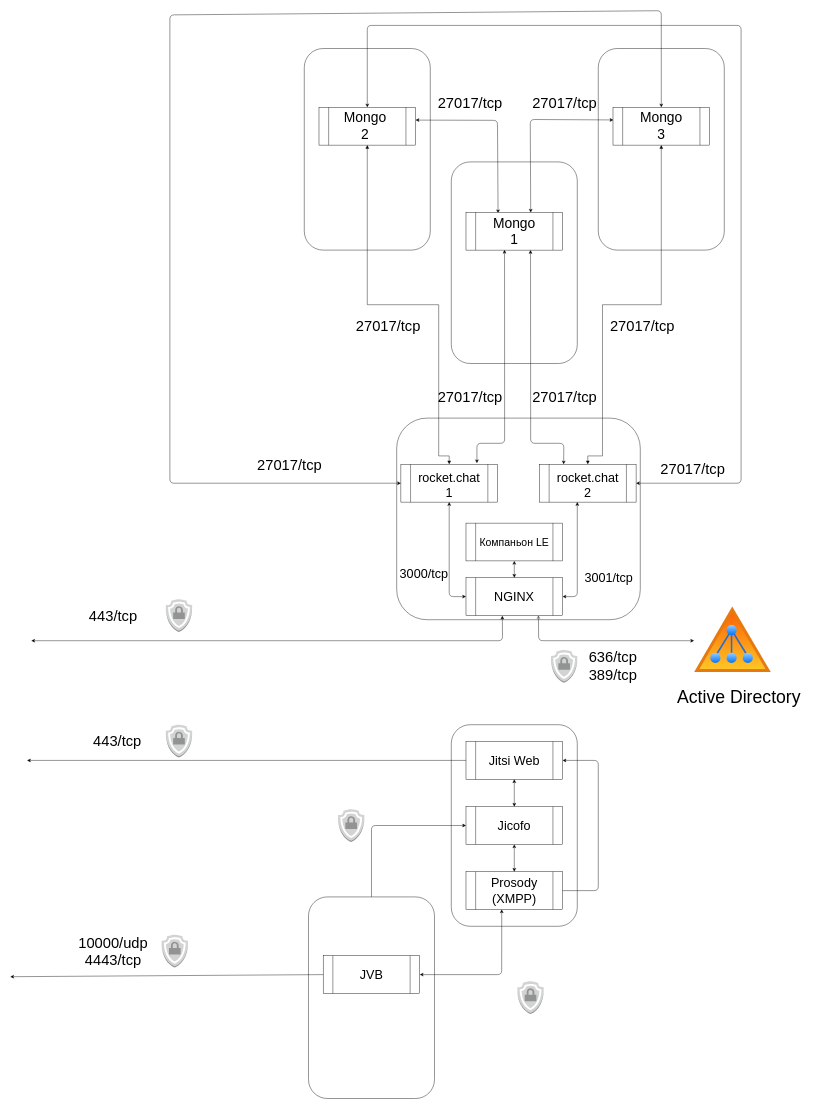
This is Untitled Diagram.drawio from goldcvt/jumbo-autodeploy, a draw.io file, before an edit. Source tidied: cells renumbered, new cells numbered last; positions are measured from the earlier drawing's top-left corner, leaving out a move shared by most shapes. Both pictures are drawn from the tidied source at 42%, with x=0, y=0 at pixel (10, 10).
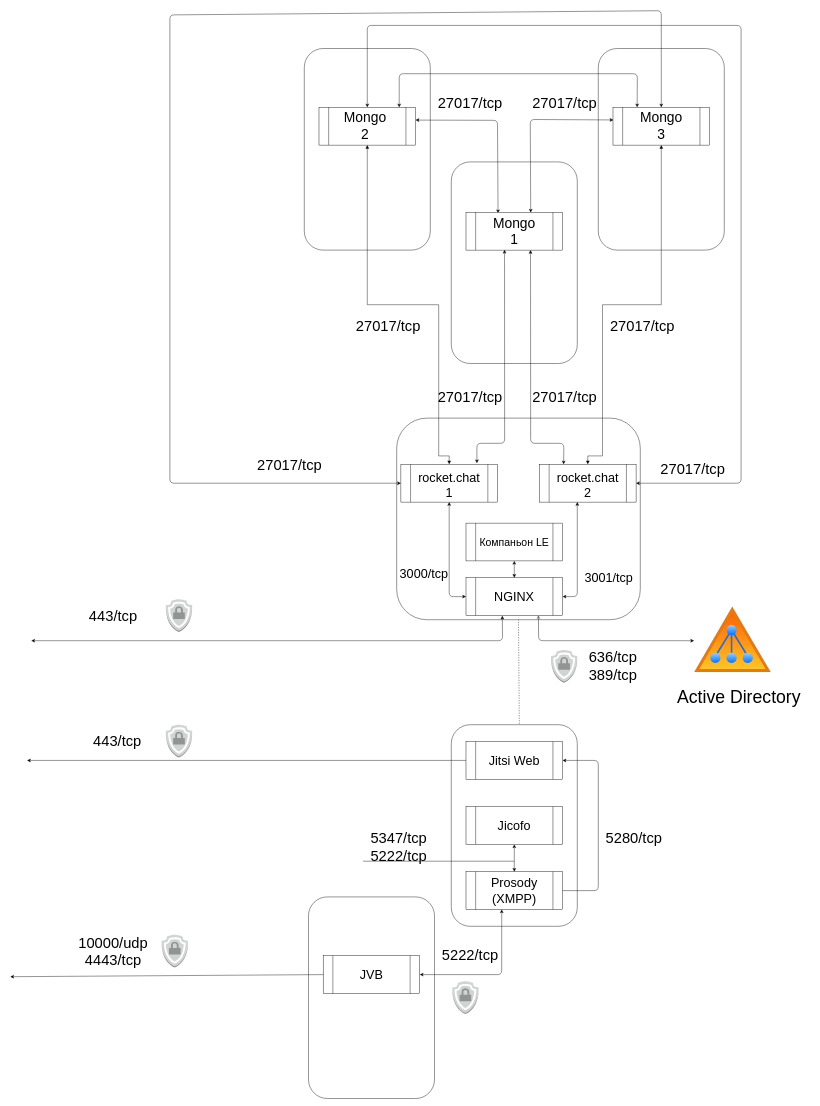
After the change.

The change refers to these unchanged cells:
```xml
<mxCell id="5" style="rounded=1;whiteSpace=wrap;html=1;" parent="1" vertex="1">
  <mxGeometry x="920" y="970" width="580" height="480" as="geometry" />
</mxCell>
<mxCell id="9" style="shape=process;whiteSpace=wrap;html=1;backgroundOutline=1;" parent="1" vertex="1">
  <mxGeometry x="1435" y="230" width="230" height="90" as="geometry" />
</mxCell>
<mxCell id="16" style="rounded=1;whiteSpace=wrap;html=1;" parent="1" vertex="1">
  <mxGeometry x="1050" y="1700" width="300" height="480" as="geometry" />
</mxCell>
<mxCell id="17" style="shape=process;whiteSpace=wrap;html=1;backgroundOutline=1;" parent="1" vertex="1">
  <mxGeometry x="1085" y="1740" width="230" height="90" as="geometry" />
</mxCell>
<mxCell id="18" style="shape=process;whiteSpace=wrap;html=1;backgroundOutline=1;" parent="1" vertex="1">
  <mxGeometry x="1085" y="1895" width="230" height="90" as="geometry" />
</mxCell>
<mxCell id="26" style="rounded=1;whiteSpace=wrap;html=1;" parent="1" vertex="1">
  <mxGeometry x="710" y="2110" width="300" height="480" as="geometry" />
</mxCell>
```

Change to the diagram source:
```diff
@@
-    <mxCell id="35" style="endArrow=classic;html=1;exitX=0.5;exitY=0;exitDx=0;exitDy=0;entryX=0;entryY=0.5;entryDx=0;entryDy=0;" parent="1" edge="1" source="26" target="18">
-      <mxGeometry relative="1" as="geometry">
-        <Array as="points">
-          <mxPoint x="860" y="1940" />
-        </Array>
-      </mxGeometry>
-    </mxCell>
-    <mxCell id="36" style="endArrow=classic;startArrow=classic;html=1;entryX=0.5;entryY=1;entryDx=0;entryDy=0;exitX=0.5;exitY=0;exitDx=0;exitDy=0;" parent="1" edge="1" source="18" target="17">
-      <mxGeometry relative="1" as="geometry" />
-    </mxCell>
@@
-    <mxCell id="39" style="dashed=0;verticalLabelPosition=bottom;verticalAlign=top;align=center;html=1;shape=mxgraph.aws3.ssl_padlock;fillColor=#D2D3D3;gradientColor=none;" parent="1" vertex="1">
-      <mxGeometry x="780" y="1901" width="63" height="78" as="geometry" />
-    </mxCell>
@@
     <mxCell id="51" style="dashed=0;verticalLabelPosition=bottom;verticalAlign=top;align=center;html=1;shape=mxgraph.aws3.ssl_padlock;fillColor=#D2D3D3;gradientColor=none;" parent="1" vertex="1">
-      <mxGeometry x="1207" y="2311" width="63" height="78" as="geometry" />
+      <mxGeometry x="1052" y="2311" width="63" height="78" as="geometry" />
     </mxCell>
@@
+    <mxCell id="73" style="endArrow=classic;startArrow=classic;html=1;entryX=0.25;entryY=0;entryDx=0;entryDy=0;" parent="1" edge="1" target="9">
+      <mxGeometry relative="1" as="geometry">
+        <mxPoint x="926" y="230" as="sourcePoint" />
+        <Array as="points">
+          <mxPoint x="926" y="150" />
+          <mxPoint x="1493" y="150" />
+        </Array>
+      </mxGeometry>
+    </mxCell>
+    <mxCell id="74" style="endArrow=none;dashed=1;html=1;entryX=0.5;entryY=1;entryDx=0;entryDy=0;exitX=0.54;exitY=-0.004;exitDx=0;exitDy=0;exitPerimeter=0;" parent="1" edge="1" source="16" target="5">
+      <mxGeometry relative="1" as="geometry" />
+    </mxCell>
+    <mxCell id="75" value="&lt;font style=&quot;font-size: 35px&quot;&gt;5347/tcp&lt;br&gt;5222/tcp&lt;br&gt;&lt;/font&gt;" style="text;html=1;strokeColor=none;fillColor=none;align=center;verticalAlign=middle;whiteSpace=wrap;rounded=0;" parent="1" vertex="1">
+      <mxGeometry x="860" y="1960" width="130" height="60" as="geometry" />
+    </mxCell>
+    <mxCell id="76" style="endArrow=none;html=1;" parent="1" edge="1">
+      <mxGeometry relative="1" as="geometry">
+        <mxPoint x="840" y="2025" as="sourcePoint" />
+        <mxPoint x="1200" y="2025" as="targetPoint" />
+      </mxGeometry>
+    </mxCell>
+    <mxCell id="77" value="&lt;font style=&quot;font-size: 35px&quot;&gt;5222/tcp&lt;br&gt;&lt;/font&gt;" style="text;html=1;strokeColor=none;fillColor=none;align=center;verticalAlign=middle;whiteSpace=wrap;rounded=0;" parent="1" vertex="1">
+      <mxGeometry x="1030" y="2218" width="130" height="60" as="geometry" />
+    </mxCell>
+    <mxCell id="78" value="&lt;font style=&quot;font-size: 35px&quot;&gt;5280/tcp&lt;br&gt;&lt;/font&gt;" style="text;html=1;strokeColor=none;fillColor=none;align=center;verticalAlign=middle;whiteSpace=wrap;rounded=0;" parent="1" vertex="1">
+      <mxGeometry x="1420" y="1940" width="130" height="60" as="geometry" />
+    </mxCell>
```
